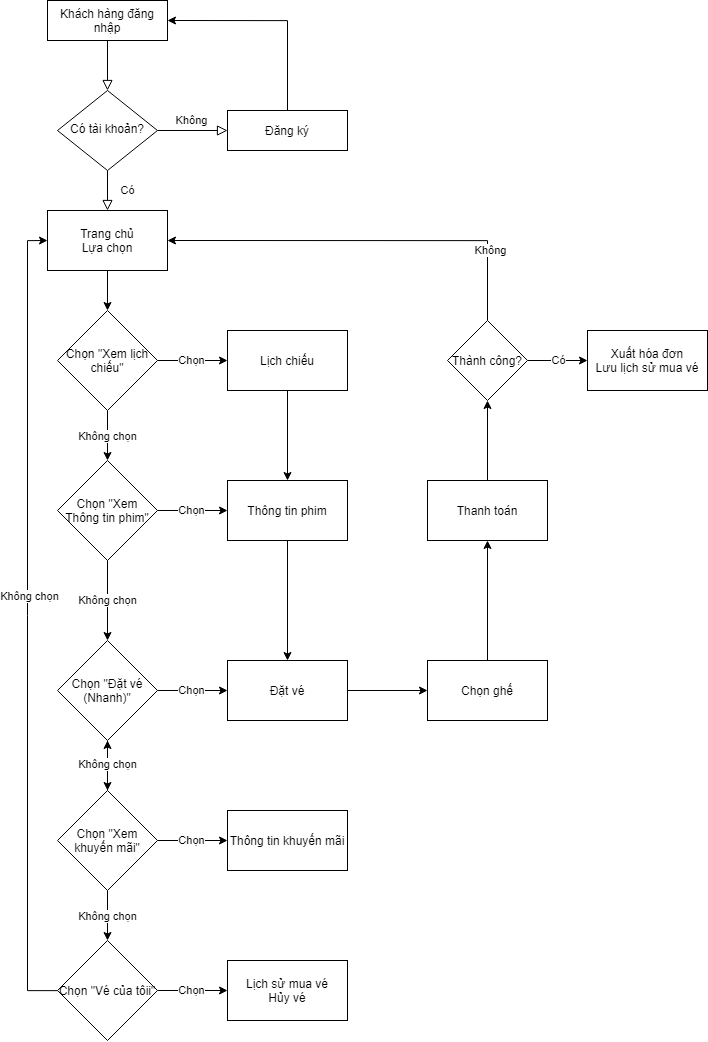
The draw.io diagram Report2_System_Design/GCF Charts/GCF_User.png in baolongnguyenmac/CinemaManagementSystem, before a commit. Source tidied: cells renumbered, new cells last; positions are measured from the earlier drawing's top-left corner, leaving out a move shared by most shapes. Source of this version:
```xml
<mxGraphModel>
  <root>
    <mxCell id="0" />
    <mxCell id="1" parent="0" />
    <mxCell id="2" style="rounded=0;html=1;jettySize=auto;fontSize=11;endArrow=block;endFill=0;endSize=8;strokeWidth=1;shadow=0;labelBackgroundColor=none;edgeStyle=orthogonalEdgeStyle;" parent="1" edge="1" source="3" target="6">
      <mxGeometry relative="1" as="geometry" />
    </mxCell>
    <mxCell id="3" value="Khách hàng đăng nhập" style="rounded=0;whiteSpace=wrap;html=1;fontSize=12;glass=0;strokeWidth=1;shadow=0;" parent="1" vertex="1">
      <mxGeometry x="20" width="120" height="40" as="geometry" />
    </mxCell>
    <mxCell id="4" value="Có" style="rounded=0;html=1;jettySize=auto;fontSize=11;endArrow=block;endFill=0;endSize=8;strokeWidth=1;shadow=0;labelBackgroundColor=none;edgeStyle=orthogonalEdgeStyle;" parent="1" edge="1" source="6">
      <mxGeometry y="20" relative="1" as="geometry">
        <mxPoint x="80" y="210" as="targetPoint" />
      </mxGeometry>
    </mxCell>
    <mxCell id="5" value="Không" style="edgeStyle=orthogonalEdgeStyle;rounded=0;html=1;jettySize=auto;fontSize=11;endArrow=block;endFill=0;endSize=8;strokeWidth=1;shadow=0;labelBackgroundColor=none;" parent="1" edge="1" source="6" target="8">
      <mxGeometry y="10" relative="1" as="geometry" />
    </mxCell>
    <mxCell id="6" value="Có tài khoản?" style="rhombus;whiteSpace=wrap;html=1;shadow=0;fontFamily=Helvetica;fontSize=12;align=center;strokeWidth=1;spacing=6;spacingTop=-4;" parent="1" vertex="1">
      <mxGeometry x="30" y="90" width="100" height="80" as="geometry" />
    </mxCell>
    <mxCell id="7" style="edgeStyle=orthogonalEdgeStyle;rounded=0;jettySize=auto;html=1;" parent="1" edge="1" source="8">
      <mxGeometry relative="1" as="geometry">
        <mxPoint x="140" y="20" as="targetPoint" />
        <Array as="points">
          <mxPoint x="260" y="20" />
        </Array>
      </mxGeometry>
    </mxCell>
    <mxCell id="8" value="Đăng ký" style="rounded=0;whiteSpace=wrap;html=1;fontSize=12;glass=0;strokeWidth=1;shadow=0;" parent="1" vertex="1">
      <mxGeometry x="200" y="110" width="120" height="40" as="geometry" />
    </mxCell>
    <mxCell id="9" style="edgeStyle=orthogonalEdgeStyle;rounded=0;jettySize=auto;html=1;" parent="1" edge="1" source="10" target="13">
      <mxGeometry relative="1" as="geometry" />
    </mxCell>
    <mxCell id="10" value="Trang chủ&lt;br&gt;Lựa chọn" style="rounded=0;whiteSpace=wrap;html=1;" parent="1" vertex="1">
      <mxGeometry x="20" y="210" width="120" height="60" as="geometry" />
    </mxCell>
    <mxCell id="11" value="Chọn" style="edgeStyle=orthogonalEdgeStyle;rounded=0;jettySize=auto;html=1;" parent="1" edge="1" source="13" target="15">
      <mxGeometry relative="1" as="geometry" />
    </mxCell>
    <mxCell id="12" value="Không chọn" style="edgeStyle=orthogonalEdgeStyle;rounded=0;jettySize=auto;html=1;" parent="1" edge="1" source="13" target="18">
      <mxGeometry relative="1" as="geometry" />
    </mxCell>
    <mxCell id="13" value="Chọn &quot;Xem lịch chiếu&quot;" style="rhombus;whiteSpace=wrap;html=1;" parent="1" vertex="1">
      <mxGeometry x="30" y="310" width="100" height="100" as="geometry" />
    </mxCell>
    <mxCell id="14" style="edgeStyle=orthogonalEdgeStyle;rounded=0;jettySize=auto;html=1;" parent="1" edge="1" source="15" target="20">
      <mxGeometry relative="1" as="geometry" />
    </mxCell>
    <mxCell id="15" value="Lịch chiếu" style="whiteSpace=wrap;html=1;" parent="1" vertex="1">
      <mxGeometry x="200" y="330" width="120" height="60" as="geometry" />
    </mxCell>
    <mxCell id="16" value="Chọn" style="edgeStyle=orthogonalEdgeStyle;rounded=0;jettySize=auto;html=1;" parent="1" edge="1" source="18" target="20">
      <mxGeometry relative="1" as="geometry" />
    </mxCell>
    <mxCell id="17" value="Không chọn" style="edgeStyle=orthogonalEdgeStyle;rounded=0;jettySize=auto;html=1;" parent="1" edge="1" source="18" target="23">
      <mxGeometry relative="1" as="geometry" />
    </mxCell>
    <mxCell id="18" value="Chọn &quot;Xem Thông tin phim&quot;" style="rhombus;whiteSpace=wrap;html=1;" parent="1" vertex="1">
      <mxGeometry x="30" y="460" width="100" height="100" as="geometry" />
    </mxCell>
    <mxCell id="19" style="edgeStyle=orthogonalEdgeStyle;rounded=0;jettySize=auto;html=1;entryX=0.5;entryY=0;entryDx=0;entryDy=0;" parent="1" edge="1" source="20" target="25">
      <mxGeometry relative="1" as="geometry" />
    </mxCell>
    <mxCell id="20" value="Thông tin phim" style="whiteSpace=wrap;html=1;" parent="1" vertex="1">
      <mxGeometry x="200" y="480" width="120" height="60" as="geometry" />
    </mxCell>
    <mxCell id="21" value="Chọn" style="edgeStyle=orthogonalEdgeStyle;rounded=0;jettySize=auto;html=1;" parent="1" edge="1" source="23" target="25">
      <mxGeometry relative="1" as="geometry" />
    </mxCell>
    <mxCell id="22" style="edgeStyle=orthogonalEdgeStyle;rounded=0;jettySize=auto;html=1;" parent="1" edge="1" source="23" target="38">
      <mxGeometry relative="1" as="geometry" />
    </mxCell>
    <mxCell id="23" value="Chọn &quot;Đặt vé (Nhanh)&quot;" style="rhombus;whiteSpace=wrap;html=1;" parent="1" vertex="1">
      <mxGeometry x="30" y="640" width="100" height="100" as="geometry" />
    </mxCell>
    <mxCell id="24" style="edgeStyle=orthogonalEdgeStyle;rounded=0;jettySize=auto;html=1;" parent="1" edge="1" source="25" target="27">
      <mxGeometry relative="1" as="geometry" />
    </mxCell>
    <mxCell id="25" value="Đặt vé" style="whiteSpace=wrap;html=1;" parent="1" vertex="1">
      <mxGeometry x="200" y="660" width="120" height="60" as="geometry" />
    </mxCell>
    <mxCell id="26" style="edgeStyle=orthogonalEdgeStyle;rounded=0;jettySize=auto;html=1;" parent="1" edge="1" source="27" target="29">
      <mxGeometry relative="1" as="geometry" />
    </mxCell>
    <mxCell id="27" value="Chọn ghế" style="whiteSpace=wrap;html=1;" parent="1" vertex="1">
      <mxGeometry x="400" y="660" width="120" height="60" as="geometry" />
    </mxCell>
    <mxCell id="28" style="edgeStyle=orthogonalEdgeStyle;rounded=0;jettySize=auto;html=1;" parent="1" edge="1" source="29" target="33">
      <mxGeometry relative="1" as="geometry" />
    </mxCell>
    <mxCell id="29" value="Thanh toán" style="whiteSpace=wrap;html=1;" parent="1" vertex="1">
      <mxGeometry x="400" y="480" width="120" height="60" as="geometry" />
    </mxCell>
    <mxCell id="30" value="Có" style="edgeStyle=orthogonalEdgeStyle;rounded=0;jettySize=auto;html=1;" parent="1" edge="1" source="33" target="34">
      <mxGeometry relative="1" as="geometry" />
    </mxCell>
    <mxCell id="31" style="edgeStyle=orthogonalEdgeStyle;rounded=0;jettySize=auto;html=1;entryX=1;entryY=0.5;entryDx=0;entryDy=0;" parent="1" edge="1" source="33" target="10">
      <mxGeometry relative="1" as="geometry">
        <Array as="points">
          <mxPoint x="460" y="240" />
        </Array>
      </mxGeometry>
    </mxCell>
    <mxCell id="32" value="Không" style="edgeLabel;html=1;align=center;verticalAlign=middle;" parent="31" vertex="1">
      <mxGeometry x="-0.64" y="-2" relative="1" as="geometry" />
    </mxCell>
    <mxCell id="33" value="Thành công?" style="rhombus;whiteSpace=wrap;html=1;" parent="1" vertex="1">
      <mxGeometry x="420" y="320" width="80" height="80" as="geometry" />
    </mxCell>
    <mxCell id="34" value="Xuất hóa đơn&lt;br&gt;Lưu lịch sử mua vé" style="whiteSpace=wrap;html=1;" parent="1" vertex="1">
      <mxGeometry x="560" y="330" width="120" height="60" as="geometry" />
    </mxCell>
    <mxCell id="35" value="Chọn" style="edgeStyle=orthogonalEdgeStyle;rounded=0;jettySize=auto;html=1;" parent="1" edge="1" source="38" target="39">
      <mxGeometry relative="1" as="geometry" />
    </mxCell>
    <mxCell id="36" value="Không chọn" style="edgeStyle=orthogonalEdgeStyle;rounded=0;jettySize=auto;html=1;" parent="1" edge="1" source="38" target="43">
      <mxGeometry relative="1" as="geometry" />
    </mxCell>
    <mxCell id="37" value="Không chọn" style="edgeStyle=orthogonalEdgeStyle;rounded=0;jettySize=auto;html=1;" parent="1" edge="1" source="38" target="23">
      <mxGeometry relative="1" as="geometry" />
    </mxCell>
    <mxCell id="38" value="Chọn &quot;Xem khuyến mãi&quot;" style="rhombus;whiteSpace=wrap;html=1;" parent="1" vertex="1">
      <mxGeometry x="30" y="790" width="100" height="100" as="geometry" />
    </mxCell>
    <mxCell id="39" value="Thông tin khuyến mãi" style="whiteSpace=wrap;html=1;" parent="1" vertex="1">
      <mxGeometry x="200" y="810" width="120" height="60" as="geometry" />
    </mxCell>
    <mxCell id="40" value="Chọn" style="edgeStyle=orthogonalEdgeStyle;rounded=0;jettySize=auto;html=1;" parent="1" edge="1" source="43" target="44">
      <mxGeometry relative="1" as="geometry" />
    </mxCell>
    <mxCell id="41" style="edgeStyle=orthogonalEdgeStyle;rounded=0;jettySize=auto;html=1;entryX=0;entryY=0.5;entryDx=0;entryDy=0;" parent="1" edge="1" source="43" target="10">
      <mxGeometry relative="1" as="geometry">
        <Array as="points">
          <mxPoint y="990" />
          <mxPoint y="240" />
        </Array>
      </mxGeometry>
    </mxCell>
    <mxCell id="42" value="Không chọn" style="edgeLabel;html=1;align=center;verticalAlign=middle;" parent="41" vertex="1">
      <mxGeometry x="0.07" y="-1" relative="1" as="geometry" />
    </mxCell>
    <mxCell id="43" value="Chọn &quot;Vé của tôii&quot;" style="rhombus;whiteSpace=wrap;html=1;" parent="1" vertex="1">
      <mxGeometry x="30" y="940" width="100" height="100" as="geometry" />
    </mxCell>
    <mxCell id="44" value="Lịch sử mua vé&lt;br&gt;Hủy vé" style="whiteSpace=wrap;html=1;" parent="1" vertex="1">
      <mxGeometry x="200" y="960" width="120" height="60" as="geometry" />
    </mxCell>
  </root>
</mxGraphModel>
```
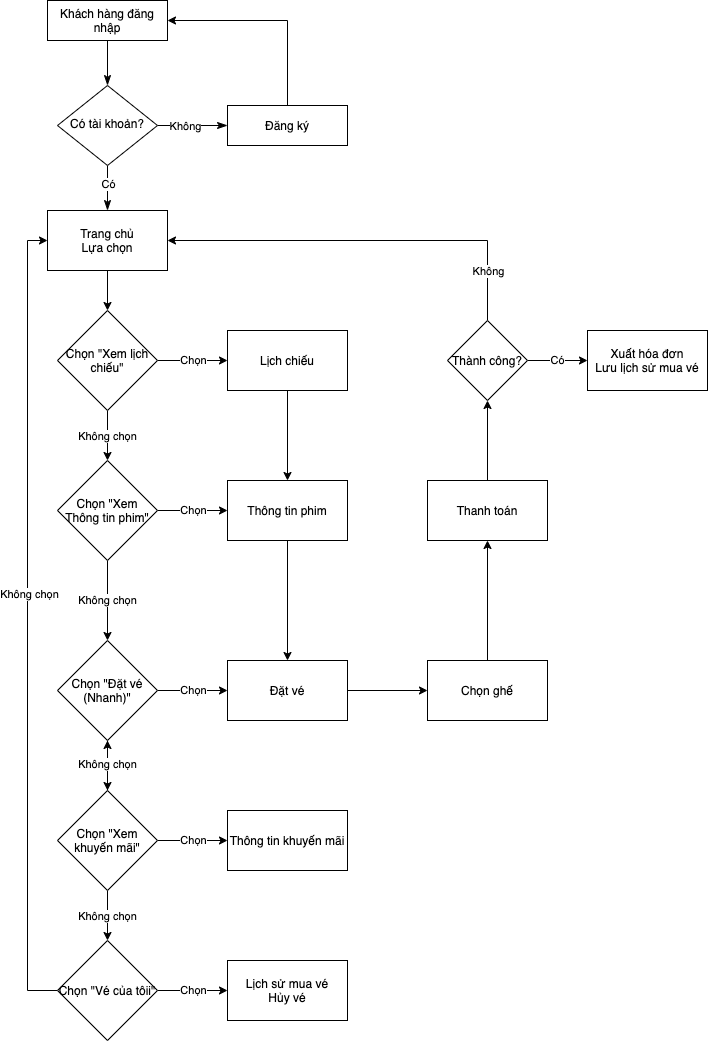
Above is the later version.

Change to the diagram source:
```diff
@@ -2,22 +2,28 @@
   <root>
     <mxCell id="0" />
     <mxCell id="1" parent="0" />
-    <mxCell id="2" style="rounded=0;html=1;jettySize=auto;fontSize=11;endArrow=block;endFill=0;endSize=8;strokeWidth=1;shadow=0;labelBackgroundColor=none;edgeStyle=orthogonalEdgeStyle;" parent="1" edge="1" source="3" target="6">
+    <mxCell id="2" style="rounded=0;html=1;jettySize=auto;fontSize=11;endArrow=classicThin;endFill=1;endSize=8;strokeWidth=1;shadow=0;labelBackgroundColor=none;edgeStyle=orthogonalEdgeStyle;" parent="1" edge="1" source="3" target="6">
       <mxGeometry relative="1" as="geometry" />
     </mxCell>
     <mxCell id="3" value="Khách hàng đăng nhập" style="rounded=0;whiteSpace=wrap;html=1;fontSize=12;glass=0;strokeWidth=1;shadow=0;" parent="1" vertex="1">
       <mxGeometry x="20" width="120" height="40" as="geometry" />
     </mxCell>
-    <mxCell id="4" value="Có" style="rounded=0;html=1;jettySize=auto;fontSize=11;endArrow=block;endFill=0;endSize=8;strokeWidth=1;shadow=0;labelBackgroundColor=none;edgeStyle=orthogonalEdgeStyle;" parent="1" edge="1" source="6">
-      <mxGeometry y="20" relative="1" as="geometry">
+    <mxCell id="4" style="rounded=0;html=1;jettySize=auto;fontSize=11;endArrow=classicThin;endFill=1;endSize=8;strokeWidth=1;shadow=0;labelBackgroundColor=none;edgeStyle=orthogonalEdgeStyle;" parent="1" edge="1" source="6">
+      <mxGeometry x="-0.25" relative="1" as="geometry">
         <mxPoint x="80" y="210" as="targetPoint" />
       </mxGeometry>
     </mxCell>
+    <mxCell id="45" value="Có" style="edgeLabel;html=1;align=center;verticalAlign=middle;" parent="4" vertex="1">
+      <mxGeometry x="-0.19" relative="1" as="geometry" />
+    </mxCell>
-    <mxCell id="5" value="Không" style="edgeStyle=orthogonalEdgeStyle;rounded=0;html=1;jettySize=auto;fontSize=11;endArrow=block;endFill=0;endSize=8;strokeWidth=1;shadow=0;labelBackgroundColor=none;" parent="1" edge="1" source="6" target="8">
-      <mxGeometry y="10" relative="1" as="geometry" />
+    <mxCell id="5" style="edgeStyle=orthogonalEdgeStyle;rounded=0;html=1;jettySize=auto;fontSize=11;endArrow=classicThin;endFill=1;endSize=8;strokeWidth=1;shadow=0;labelBackgroundColor=none;" parent="1" edge="1" source="6" target="8">
+      <mxGeometry x="-0.26" relative="1" as="geometry" />
     </mxCell>
+    <mxCell id="46" value="Không" style="edgeLabel;html=1;align=center;verticalAlign=middle;" parent="5" vertex="1">
+      <mxGeometry x="-0.21" relative="1" as="geometry" />
+    </mxCell>
     <mxCell id="6" value="Có tài khoản?" style="rhombus;whiteSpace=wrap;html=1;shadow=0;fontFamily=Helvetica;fontSize=12;align=center;strokeWidth=1;spacing=6;spacingTop=-4;" parent="1" vertex="1">
-      <mxGeometry x="30" y="90" width="100" height="80" as="geometry" />
+      <mxGeometry x="30" y="85" width="100" height="80" as="geometry" />
     </mxCell>
     <mxCell id="7" style="edgeStyle=orthogonalEdgeStyle;rounded=0;jettySize=auto;html=1;" parent="1" edge="1" source="8">
       <mxGeometry relative="1" as="geometry">
@@ -28,7 +34,7 @@
       </mxGeometry>
     </mxCell>
     <mxCell id="8" value="Đăng ký" style="rounded=0;whiteSpace=wrap;html=1;fontSize=12;glass=0;strokeWidth=1;shadow=0;" parent="1" vertex="1">
-      <mxGeometry x="200" y="110" width="120" height="40" as="geometry" />
+      <mxGeometry x="200" y="105" width="120" height="40" as="geometry" />
     </mxCell>
     <mxCell id="9" style="edgeStyle=orthogonalEdgeStyle;rounded=0;jettySize=auto;html=1;" parent="1" edge="1" source="10" target="13">
       <mxGeometry relative="1" as="geometry" />
@@ -104,7 +110,9 @@
       </mxGeometry>
     </mxCell>
     <mxCell id="32" value="Không" style="edgeLabel;html=1;align=center;verticalAlign=middle;" parent="31" vertex="1">
-      <mxGeometry x="-0.64" y="-2" relative="1" as="geometry" />
+      <mxGeometry x="-0.64" y="-2" relative="1" as="geometry">
+        <mxPoint x="-2" y="22" as="offset" />
+      </mxGeometry>
     </mxCell>
     <mxCell id="33" value="Thành công?" style="rhombus;whiteSpace=wrap;html=1;" parent="1" vertex="1">
       <mxGeometry x="420" y="320" width="80" height="80" as="geometry" />
```
